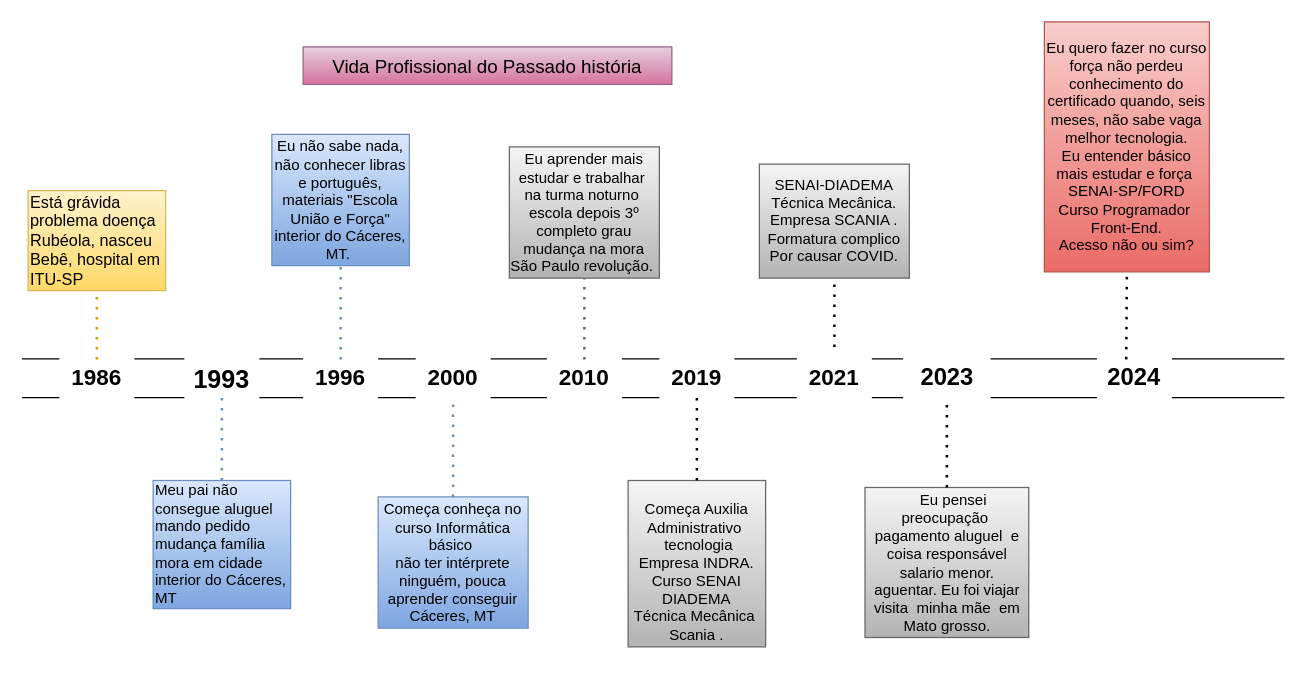
Before: Diagrama sem nome.drawio in Carlagomesneto/Carlagomes, a draw.io diagram. Source tidied: cells renumbered, new cells numbered last; positions are measured from the earlier drawing's top-left corner, leaving out a move shared by most shapes. Both pictures are drawn from the tidied source at 125%, with x=0, y=0 at pixel (21, 21).
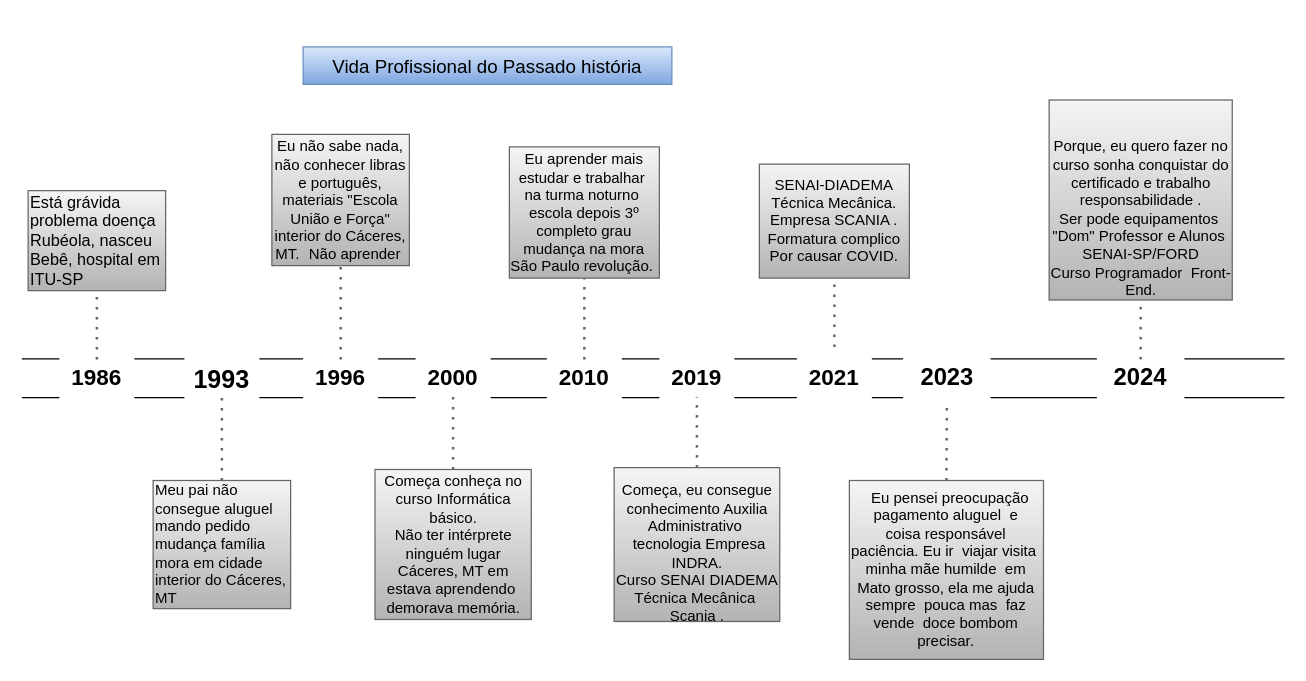
The same diagram, later.

Unchanged cells that the change refers to:
```xml
<mxCell id="7" value="SENAI-DIADEMA&lt;div&gt;Técnica Mecânica. Empresa SCANIA .&lt;/div&gt;&lt;div&gt;Formatura complico&lt;/div&gt;&lt;div&gt;Por causar COVID.&lt;/div&gt;" style="whiteSpace=wrap;html=1;labelBackgroundColor=none;fillColor=#f5f5f5;gradientColor=#b3b3b3;strokeColor=#666666;" parent="1" vertex="1">
  <mxGeometry x="590" y="113.8" width="120" height="91.2" as="geometry" />
</mxCell>
<mxCell id="10" value="1986" style="text;html=1;align=center;verticalAlign=middle;whiteSpace=wrap;rounded=0;fontStyle=1;fontSize=18;labelBackgroundColor=none;" parent="1" vertex="1">
  <mxGeometry x="30" y="270" width="60" height="30" as="geometry" />
</mxCell>
<mxCell id="13" value="1993" style="text;html=1;align=center;verticalAlign=middle;whiteSpace=wrap;rounded=0;fontStyle=1;fontSize=20;labelBackgroundColor=none;" parent="1" vertex="1">
  <mxGeometry x="130" y="270" width="60" height="30" as="geometry" />
</mxCell>
<mxCell id="16" value="&lt;b&gt;&lt;font style=&quot;font-size: 18px;&quot;&gt;1996&lt;/font&gt;&lt;/b&gt;" style="text;html=1;align=center;verticalAlign=middle;whiteSpace=wrap;rounded=0;labelBackgroundColor=none;" parent="1" vertex="1">
  <mxGeometry x="225" y="270" width="60" height="30" as="geometry" />
</mxCell>
<mxCell id="19" value="&lt;b&gt;&lt;font style=&quot;font-size: 18px;&quot;&gt;2000&lt;/font&gt;&lt;/b&gt;" style="text;html=1;align=center;verticalAlign=middle;whiteSpace=wrap;rounded=0;labelBackgroundColor=none;" parent="1" vertex="1">
  <mxGeometry x="315" y="270" width="60" height="30" as="geometry" />
</mxCell>
```

Diff of the diagram source:
```diff
@@
-    <mxCell id="2" value="&lt;div style=&quot;&quot;&gt;&lt;span style=&quot;background-color: initial; font-size: 13px;&quot;&gt;Está grávida problema doença Rubéola, nasceu Bebê, hospital em ITU-SP&amp;nbsp;&lt;/span&gt;&lt;/div&gt;" style="whiteSpace=wrap;html=1;align=left;labelBackgroundColor=none;rounded=0;fillColor=#fff2cc;strokeColor=#d6b656;gradientColor=#ffd966;" parent="1" vertex="1">
+    <mxCell id="2" value="&lt;div style=&quot;&quot;&gt;&lt;span style=&quot;background-color: initial; font-size: 13px;&quot;&gt;Está grávida problema doença Rubéola, nasceu Bebê, hospital em ITU-SP&amp;nbsp;&lt;/span&gt;&lt;/div&gt;" style="whiteSpace=wrap;html=1;align=left;labelBackgroundColor=none;rounded=0;fillColor=#f5f5f5;gradientColor=#b3b3b3;strokeColor=#666666;" parent="1" vertex="1">
       <mxGeometry x="5" y="135" width="110" height="80" as="geometry" />
     </mxCell>
-    <mxCell id="3" value="&lt;div style=&quot;&quot;&gt;&lt;span style=&quot;background-color: initial;&quot;&gt;Meu pai não consegue aluguel mando pedido mudança família mora em cidade interior do Cáceres, MT&amp;nbsp;&lt;/span&gt;&lt;/div&gt;" style="whiteSpace=wrap;html=1;align=left;labelBackgroundColor=none;rounded=0;fillColor=#dae8fc;gradientColor=#7ea6e0;strokeColor=#6c8ebf;" parent="1" vertex="1">
+    <mxCell id="3" value="&lt;div style=&quot;&quot;&gt;&lt;span style=&quot;background-color: initial;&quot;&gt;Meu pai não consegue aluguel mando pedido mudança família mora em cidade interior do Cáceres, MT&amp;nbsp;&lt;/span&gt;&lt;/div&gt;" style="whiteSpace=wrap;html=1;align=left;labelBackgroundColor=none;rounded=0;fillColor=#f5f5f5;gradientColor=#b3b3b3;strokeColor=#666666;" parent="1" vertex="1">
       <mxGeometry x="105" y="366.9" width="110" height="102.5" as="geometry" />
     </mxCell>
-    <mxCell id="4" value="Eu não sabe nada,&lt;div&gt;não conhecer libras e português, materiais &quot;Escola União e Força&quot; interior do Cáceres, MT.&amp;nbsp;&lt;/div&gt;" style="whiteSpace=wrap;html=1;labelBackgroundColor=none;rounded=0;fillColor=#dae8fc;gradientColor=#7ea6e0;strokeColor=#6c8ebf;" parent="1" vertex="1">
+    <mxCell id="4" value="Eu não sabe nada,&lt;div&gt;não conhecer libras e português, materiais &quot;Escola União e Força&quot; interior do Cáceres, MT.&amp;nbsp;&lt;span style=&quot;white-space: pre;&quot;&gt;&#9;&lt;/span&gt;Não aprender&amp;nbsp;&lt;/div&gt;" style="whiteSpace=wrap;html=1;labelBackgroundColor=none;rounded=0;fillColor=#f5f5f5;gradientColor=#b3b3b3;strokeColor=#666666;" parent="1" vertex="1">
       <mxGeometry x="200" y="90" width="110" height="105" as="geometry" />
     </mxCell>
-    <mxCell id="5" value="Começa conheça no curso Informática básico&amp;nbsp;&lt;div&gt;não ter intérprete ninguém, pouca aprender conseguir&lt;/div&gt;&lt;div&gt;Cáceres, MT&lt;/div&gt;" style="whiteSpace=wrap;html=1;labelBackgroundColor=none;fillColor=#dae8fc;gradientColor=#7ea6e0;strokeColor=#6c8ebf;" parent="1" vertex="1">
-      <mxGeometry x="285" y="380" width="120" height="105" as="geometry" />
+    <mxCell id="5" value="Começa conheça no curso Informática básico.&lt;div&gt;Não ter intérprete ninguém lugar&lt;/div&gt;&lt;div&gt;Cáceres, MT em estava aprendendo&amp;nbsp; demorava memória.&lt;/div&gt;" style="whiteSpace=wrap;html=1;labelBackgroundColor=none;fillColor=#f5f5f5;gradientColor=#b3b3b3;strokeColor=#666666;" parent="1" vertex="1">
+      <mxGeometry x="282.5" y="358.1" width="125" height="120" as="geometry" />
     </mxCell>
@@
-    <mxCell id="8" value="Eu quero fazer no curso força não perdeu conhecimento do certificado quando, seis meses, não sabe vaga melhor tecnologia.&lt;div&gt;&lt;div&gt;&lt;span style=&quot;background-color: initial;&quot;&gt;Eu entender básico mais estudar e força&amp;nbsp; SENAI-SP/FORD&lt;/span&gt;&lt;br&gt;&lt;/div&gt;&lt;div&gt;Curso Programador&amp;nbsp; Front-End.&lt;/div&gt;&lt;/div&gt;&lt;div&gt;Acesso não ou sim?&lt;/div&gt;" style="whiteSpace=wrap;html=1;labelBackgroundColor=none;fillColor=#f8cecc;gradientColor=#ea6b66;strokeColor=#b85450;" parent="1" vertex="1">
-      <mxGeometry x="818" width="132" height="200" as="geometry" />
+    <mxCell id="8" value="&lt;div&gt;&lt;br&gt;&lt;/div&gt;&lt;div&gt;&lt;br&gt;&lt;/div&gt;&lt;div&gt;&lt;br&gt;&lt;/div&gt;&lt;div&gt;&lt;br&gt;&lt;/div&gt;Porque, eu quero fazer no curso sonha conquistar do certificado e trabalho responsabilidade .&lt;div&gt;&lt;div&gt;&lt;span style=&quot;background-color: initial;&quot;&gt;Ser pode equipamentos&amp;nbsp; &quot;Dom&quot; Professor e Alunos&amp;nbsp; SENAI-SP/FORD&lt;/span&gt;&lt;br&gt;&lt;/div&gt;&lt;div&gt;Curso Programador&amp;nbsp; Front-End.&lt;/div&gt;&lt;/div&gt;&lt;div&gt;&lt;br&gt;&lt;/div&gt;&lt;div&gt;&lt;br&gt;&lt;/div&gt;" style="whiteSpace=wrap;html=1;labelBackgroundColor=none;fillColor=#f5f5f5;gradientColor=#b3b3b3;strokeColor=#666666;" parent="1" vertex="1">
+      <mxGeometry x="821.8" y="62.5" width="146.5" height="160" as="geometry" />
     </mxCell>
@@
-    <mxCell id="11" style="endArrow=none;dashed=1;html=1;dashPattern=1 3;strokeWidth=2;rounded=0;entryX=0.5;entryY=1;entryDx=0;entryDy=0;exitX=0.5;exitY=0;exitDx=0;exitDy=0;fillColor=#ffcd28;gradientColor=#ffa500;strokeColor=#d79b00;" parent="1" edge="1" source="10" target="2">
+    <mxCell id="11" style="endArrow=none;dashed=1;html=1;dashPattern=1 3;strokeWidth=2;rounded=0;entryX=0.5;entryY=1;entryDx=0;entryDy=0;exitX=0.5;exitY=0;exitDx=0;exitDy=0;fillColor=#f5f5f5;gradientColor=#b3b3b3;strokeColor=#666666;" parent="1" edge="1" source="10" target="2">
       <mxGeometry relative="1" as="geometry" />
     </mxCell>
@@
-    <mxCell id="14" style="endArrow=none;dashed=1;html=1;dashPattern=1 3;strokeWidth=2;rounded=0;exitX=0.5;exitY=0;exitDx=0;exitDy=0;entryX=0.5;entryY=1;entryDx=0;entryDy=0;fillColor=#dae8fc;strokeColor=#6c8ebf;gradientColor=#7ea6e0;" parent="1" edge="1" source="3" target="13">
+    <mxCell id="14" style="endArrow=none;dashed=1;html=1;dashPattern=1 3;strokeWidth=2;rounded=0;exitX=0.5;exitY=0;exitDx=0;exitDy=0;entryX=0.5;entryY=1;entryDx=0;entryDy=0;fillColor=#f5f5f5;strokeColor=#666666;gradientColor=#b3b3b3;" parent="1" edge="1" source="3" target="13">
       <mxGeometry relative="1" as="geometry" />
     </mxCell>
@@
-    <mxCell id="17" style="endArrow=none;dashed=1;html=1;dashPattern=1 3;strokeWidth=2;rounded=0;entryX=0.5;entryY=1;entryDx=0;entryDy=0;fillColor=#dae8fc;gradientColor=#7ea6e0;strokeColor=#6c8ebf;exitX=0.5;exitY=0;exitDx=0;exitDy=0;" parent="1" edge="1" source="16" target="4">
+    <mxCell id="17" style="endArrow=none;dashed=1;html=1;dashPattern=1 3;strokeWidth=2;rounded=0;entryX=0.5;entryY=1;entryDx=0;entryDy=0;fillColor=#f5f5f5;gradientColor=#b3b3b3;strokeColor=#666666;exitX=0.5;exitY=0;exitDx=0;exitDy=0;" parent="1" edge="1" source="16" target="4">
       <mxGeometry relative="1" as="geometry" />
     </mxCell>
@@
-    <mxCell id="20" style="endArrow=none;dashed=1;html=1;dashPattern=1 3;strokeWidth=2;rounded=0;entryX=0.5;entryY=1;entryDx=0;entryDy=0;fillColor=#dae8fc;gradientColor=#7ea6e0;strokeColor=#6c8ebf;exitX=0.5;exitY=0;exitDx=0;exitDy=0;" parent="1" edge="1" source="5" target="19">
+    <mxCell id="20" style="endArrow=none;dashed=1;html=1;dashPattern=1 3;strokeWidth=2;rounded=0;entryX=0.5;entryY=1;entryDx=0;entryDy=0;fillColor=#f5f5f5;gradientColor=#b3b3b3;strokeColor=#666666;exitX=0.5;exitY=0;exitDx=0;exitDy=0;" parent="1" edge="1" source="5" target="19">
       <mxGeometry relative="1" as="geometry" />
     </mxCell>
@@
-    <mxCell id="27" style="endArrow=none;dashed=1;html=1;dashPattern=1 3;strokeWidth=2;rounded=0;entryX=0.5;entryY=1;entryDx=0;entryDy=0;exitX=0.5;exitY=0;exitDx=0;exitDy=0;" parent="1" edge="1" target="8">
-      <mxGeometry relative="1" as="geometry">
-        <mxPoint x="883.5" y="270" as="sourcePoint" />
-      </mxGeometry>
+    <mxCell id="27" style="endArrow=none;dashed=1;html=1;dashPattern=1 3;strokeWidth=2;rounded=0;fillColor=#f5f5f5;gradientColor=#b3b3b3;strokeColor=#666666;exitX=0.5;exitY=0;exitDx=0;exitDy=0;entryX=0.5;entryY=1;entryDx=0;entryDy=0;" parent="1" edge="1" source="40" target="8">
+      <mxGeometry relative="1" as="geometry" />
     </mxCell>
-    <mxCell id="28" value="&lt;font style=&quot;font-size: 15px;&quot;&gt;Vida Profissional do Passado história&lt;/font&gt;" style="text;html=1;align=center;verticalAlign=middle;whiteSpace=wrap;rounded=0;fillColor=#e6d0de;gradientColor=#d5739d;strokeColor=#996185;" parent="1" vertex="1">
+    <mxCell id="28" value="&lt;font style=&quot;font-size: 15px;&quot;&gt;Vida Profissional do Passado história&lt;/font&gt;" style="text;html=1;align=center;verticalAlign=middle;whiteSpace=wrap;rounded=0;fillColor=#dae8fc;gradientColor=#7ea6e0;strokeColor=#6c8ebf;" parent="1" vertex="1">
       <mxGeometry x="225" y="20" width="295" height="30" as="geometry" />
     </mxCell>
-    <mxCell id="29" value="&lt;div style=&quot;&quot;&gt;&lt;span style=&quot;background-color: initial;&quot;&gt;&amp;nbsp; &amp;nbsp;Eu pensei preocupação&amp;nbsp; pagamento aluguel&amp;nbsp; e coisa&amp;nbsp;&lt;/span&gt;&lt;span style=&quot;background-color: initial;&quot;&gt;responsável salario menor. aguentar.&amp;nbsp;&lt;/span&gt;&lt;span style=&quot;background-color: initial;&quot;&gt;Eu foi viajar visita&amp;nbsp; minha mãe&amp;nbsp; em Mato grosso.&lt;/span&gt;&lt;/div&gt;" style="text;html=1;align=center;verticalAlign=middle;whiteSpace=wrap;rounded=0;fillColor=#f5f5f5;gradientColor=#b3b3b3;strokeColor=#666666;" parent="1" vertex="1">
-      <mxGeometry x="674.5" y="372.5" width="131" height="120" as="geometry" />
+    <mxCell id="29" value="&lt;div style=&quot;&quot;&gt;&lt;span style=&quot;background-color: initial;&quot;&gt;&amp;nbsp; &amp;nbsp;Eu pensei preocupação&amp;nbsp; pagamento aluguel&amp;nbsp; e coisa&amp;nbsp;&lt;/span&gt;&lt;span style=&quot;background-color: initial;&quot;&gt;responsável paciência.&amp;nbsp;&lt;/span&gt;&lt;span style=&quot;background-color: initial;&quot;&gt;Eu ir&amp;nbsp; viajar visita&amp;nbsp; minha mãe humilde&amp;nbsp; em Mato grosso, ela me ajuda sempre&amp;nbsp; pouca mas&amp;nbsp; faz vende&amp;nbsp; doce bombom precisar.&lt;/span&gt;&lt;/div&gt;" style="text;html=1;align=center;verticalAlign=middle;whiteSpace=wrap;rounded=0;fillColor=#f5f5f5;gradientColor=#b3b3b3;strokeColor=#666666;" parent="1" vertex="1">
+      <mxGeometry x="662" y="366.9" width="155.3" height="143.1" as="geometry" />
     </mxCell>
-    <mxCell id="30" value="&lt;br&gt;&lt;span style=&quot;color: rgb(0, 0, 0); font-family: Helvetica; font-size: 12px; font-style: normal; font-variant-ligatures: normal; font-variant-caps: normal; font-weight: 400; letter-spacing: normal; orphans: 2; text-align: center; text-indent: 0px; text-transform: none; widows: 2; word-spacing: 0px; -webkit-text-stroke-width: 0px; white-space: normal; text-decoration-thickness: initial; text-decoration-style: initial; text-decoration-color: initial; float: none; display: inline !important;&quot;&gt;Começa Auxilia Administrativo&amp;nbsp; &amp;nbsp;tecnologia Empresa INDRA.&lt;/span&gt;&lt;div&gt;&lt;span style=&quot;color: rgb(0, 0, 0); font-family: Helvetica; font-size: 12px; font-style: normal; font-variant-ligatures: normal; font-variant-caps: normal; font-weight: 400; letter-spacing: normal; orphans: 2; text-align: center; text-indent: 0px; text-transform: none; widows: 2; word-spacing: 0px; -webkit-text-stroke-width: 0px; white-space: normal; text-decoration-thickness: initial; text-decoration-style: initial; text-decoration-color: initial; float: none; display: inline !important;&quot;&gt;Curso SENAI DIADEMA&lt;/span&gt;&lt;/div&gt;&lt;div&gt;&lt;span style=&quot;color: rgb(0, 0, 0); font-family: Helvetica; font-size: 12px; font-style: normal; font-variant-ligatures: normal; font-variant-caps: normal; font-weight: 400; letter-spacing: normal; orphans: 2; text-align: center; text-indent: 0px; text-transform: none; widows: 2; word-spacing: 0px; -webkit-text-stroke-width: 0px; white-space: normal; text-decoration-thickness: initial; text-decoration-style: initial; text-decoration-color: initial; float: none; display: inline !important;&quot;&gt;Técnica Mecânica&amp;nbsp;&lt;/span&gt;&lt;div&gt;Scania .&lt;/div&gt;&lt;/div&gt;" style="text;html=1;align=center;verticalAlign=middle;whiteSpace=wrap;rounded=0;fillColor=#f5f5f5;gradientColor=#b3b3b3;strokeColor=#666666;" parent="1" vertex="1">
-      <mxGeometry x="485" y="366.9" width="110" height="133.1" as="geometry" />
+    <mxCell id="30" value="&lt;br&gt;&lt;span style=&quot;color: rgb(0, 0, 0); font-family: Helvetica; font-size: 12px; font-style: normal; font-variant-ligatures: normal; font-variant-caps: normal; font-weight: 400; letter-spacing: normal; orphans: 2; text-align: center; text-indent: 0px; text-transform: none; widows: 2; word-spacing: 0px; -webkit-text-stroke-width: 0px; white-space: normal; text-decoration-thickness: initial; text-decoration-style: initial; text-decoration-color: initial; float: none; display: inline !important;&quot;&gt;Começa, eu consegue conhecimento Auxilia Administrativo&amp;nbsp; &amp;nbsp;tecnologia Empresa INDRA.&lt;/span&gt;&lt;div&gt;&lt;span style=&quot;color: rgb(0, 0, 0); font-family: Helvetica; font-size: 12px; font-style: normal; font-variant-ligatures: normal; font-variant-caps: normal; font-weight: 400; letter-spacing: normal; orphans: 2; text-align: center; text-indent: 0px; text-transform: none; widows: 2; word-spacing: 0px; -webkit-text-stroke-width: 0px; white-space: normal; text-decoration-thickness: initial; text-decoration-style: initial; text-decoration-color: initial; float: none; display: inline !important;&quot;&gt;Curso SENAI DIADEMA&lt;/span&gt;&lt;/div&gt;&lt;div&gt;&lt;span style=&quot;color: rgb(0, 0, 0); font-family: Helvetica; font-size: 12px; font-style: normal; font-variant-ligatures: normal; font-variant-caps: normal; font-weight: 400; letter-spacing: normal; orphans: 2; text-align: center; text-indent: 0px; text-transform: none; widows: 2; word-spacing: 0px; -webkit-text-stroke-width: 0px; white-space: normal; text-decoration-thickness: initial; text-decoration-style: initial; text-decoration-color: initial; float: none; display: inline !important;&quot;&gt;Técnica Mecânica&amp;nbsp;&lt;/span&gt;&lt;div&gt;Scania .&lt;/div&gt;&lt;/div&gt;" style="text;html=1;align=center;verticalAlign=middle;whiteSpace=wrap;rounded=0;fillColor=#f5f5f5;gradientColor=#b3b3b3;strokeColor=#666666;" parent="1" vertex="1">
+      <mxGeometry x="473.8" y="356.6" width="132.5" height="123.1" as="geometry" />
     </mxCell>
-    <mxCell id="31" style="endArrow=none;dashed=1;html=1;dashPattern=1 3;strokeWidth=2;rounded=0;exitX=0.5;exitY=0;exitDx=0;exitDy=0;" parent="1" edge="1" source="30">
+    <mxCell id="31" style="endArrow=none;dashed=1;html=1;dashPattern=1 3;strokeWidth=2;rounded=0;exitX=0.5;exitY=0;exitDx=0;exitDy=0;fillColor=#f5f5f5;gradientColor=#b3b3b3;strokeColor=#666666;" parent="1" edge="1" source="30">
       <mxGeometry relative="1" as="geometry">
         <mxPoint x="540" y="300" as="targetPoint" />
       </mxGeometry>
     </mxCell>
@@
-    <mxCell id="34" style="endArrow=none;dashed=1;html=1;dashPattern=1 3;strokeWidth=2;rounded=0;entryX=0.5;entryY=1;entryDx=0;entryDy=0;" parent="1" edge="1" target="7">
+    <mxCell id="34" style="endArrow=none;dashed=1;html=1;dashPattern=1 3;strokeWidth=2;rounded=0;entryX=0.5;entryY=1;entryDx=0;entryDy=0;fillColor=#f5f5f5;gradientColor=#b3b3b3;strokeColor=#666666;" parent="1" edge="1" target="7">
       <mxGeometry relative="1" as="geometry">
         <mxPoint x="650" y="260" as="sourcePoint" />
       </mxGeometry>
     </mxCell>
@@
-    <mxCell id="36" style="endArrow=none;dashed=1;html=1;dashPattern=1 3;strokeWidth=2;rounded=0;entryX=0.5;entryY=1;entryDx=0;entryDy=0;exitX=0.5;exitY=0;exitDx=0;exitDy=0;" parent="1" edge="1" source="29">
+    <mxCell id="36" style="endArrow=none;dashed=1;html=1;dashPattern=1 3;strokeWidth=2;rounded=0;entryX=0.5;entryY=1;entryDx=0;entryDy=0;exitX=0.5;exitY=0;exitDx=0;exitDy=0;fillColor=#f5f5f5;gradientColor=#b3b3b3;strokeColor=#666666;" parent="1" edge="1" source="29">
       <mxGeometry relative="1" as="geometry">
         <mxPoint x="740" y="305" as="targetPoint" />
       </mxGeometry>
     </mxCell>
@@
     <mxCell id="40" value="&lt;b&gt;&lt;font style=&quot;font-size: 19px;&quot;&gt;2024&lt;/font&gt;&lt;/b&gt;" style="text;html=1;align=center;verticalAlign=middle;whiteSpace=wrap;rounded=0;fontFamily=Helvetica;fontSize=11;fontColor=default;labelBackgroundColor=default;" parent="1" vertex="1">
-      <mxGeometry x="860" y="270" width="60" height="30" as="geometry" />
+      <mxGeometry x="860" y="270" width="70" height="30" as="geometry" />
     </mxCell>
```
